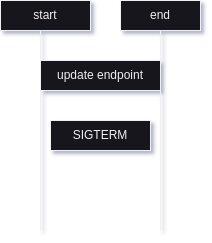
Before: images/non_preStop.drawio.png, a diagram exported from draw.io (shifengbin/shifengbin.github.io). Source tidied: cells renumbered, new cells last; positions are measured from the earlier drawing's top-left corner, leaving out a move shared by most shapes. The source it was exported from:
```xml
<mxGraphModel>
  <root>
    <mxCell id="0" />
    <mxCell id="1" parent="0" />
    <mxCell id="2" style="endArrow=none;html=1;rounded=0;" parent="1" edge="1">
      <mxGeometry relative="1" as="geometry">
        <mxPoint x="40" y="230" as="sourcePoint" />
        <mxPoint x="40" y="30" as="targetPoint" />
      </mxGeometry>
    </mxCell>
    <mxCell id="3" value="update endpoint" style="rounded=0;whiteSpace=wrap;html=1;" parent="1" vertex="1">
      <mxGeometry x="40" y="60" width="120" height="30" as="geometry" />
    </mxCell>
    <mxCell id="4" value="SIGTERM" style="rounded=0;whiteSpace=wrap;html=1;" parent="1" vertex="1">
      <mxGeometry x="50" y="120" width="100" height="30" as="geometry" />
    </mxCell>
    <mxCell id="5" value="start" style="rounded=0;whiteSpace=wrap;html=1;" parent="1" vertex="1">
      <mxGeometry width="90" height="30" as="geometry" />
    </mxCell>
    <mxCell id="6" style="endArrow=none;html=1;rounded=0;" parent="1" edge="1">
      <mxGeometry relative="1" as="geometry">
        <mxPoint x="160" y="230" as="sourcePoint" />
        <mxPoint x="160" y="30" as="targetPoint" />
      </mxGeometry>
    </mxCell>
    <mxCell id="7" value="end" style="rounded=0;whiteSpace=wrap;html=1;" parent="1" vertex="1">
      <mxGeometry x="120" width="80" height="30" as="geometry" />
    </mxCell>
  </root>
</mxGraphModel>
```
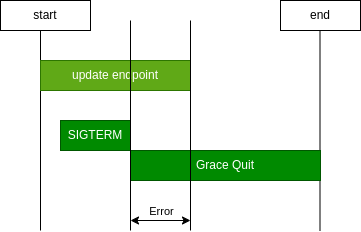
Later version of the same file.

What changed in the source:
```diff
@@ -8,23 +8,49 @@
         <mxPoint x="40" y="30" as="targetPoint" />
       </mxGeometry>
     </mxCell>
-    <mxCell id="3" value="update endpoint" style="rounded=0;whiteSpace=wrap;html=1;" parent="1" vertex="1">
-      <mxGeometry x="40" y="60" width="120" height="30" as="geometry" />
+    <mxCell id="3" value="update endpoint" style="rounded=0;whiteSpace=wrap;html=1;fillColor=#60a917;fontColor=#ffffff;strokeColor=#2D7600;" parent="1" vertex="1">
+      <mxGeometry x="40" y="60" width="150" height="30" as="geometry" />
     </mxCell>
-    <mxCell id="4" value="SIGTERM" style="rounded=0;whiteSpace=wrap;html=1;" parent="1" vertex="1">
-      <mxGeometry x="50" y="120" width="100" height="30" as="geometry" />
+    <mxCell id="4" value="SIGTERM" style="rounded=0;whiteSpace=wrap;html=1;fillColor=#008a00;fontColor=#ffffff;strokeColor=#005700;" parent="1" vertex="1">
+      <mxGeometry x="60" y="120" width="70" height="30" as="geometry" />
     </mxCell>
     <mxCell id="5" value="start" style="rounded=0;whiteSpace=wrap;html=1;" parent="1" vertex="1">
       <mxGeometry width="90" height="30" as="geometry" />
     </mxCell>
     <mxCell id="6" style="endArrow=none;html=1;rounded=0;" parent="1" edge="1">
       <mxGeometry relative="1" as="geometry">
-        <mxPoint x="160" y="230" as="sourcePoint" />
-        <mxPoint x="160" y="30" as="targetPoint" />
+        <mxPoint x="319.5" y="230" as="sourcePoint" />
+        <mxPoint x="319.5" y="30" as="targetPoint" />
       </mxGeometry>
     </mxCell>
     <mxCell id="7" value="end" style="rounded=0;whiteSpace=wrap;html=1;" parent="1" vertex="1">
-      <mxGeometry x="120" width="80" height="30" as="geometry" />
+      <mxGeometry x="280" width="80" height="30" as="geometry" />
     </mxCell>
+    <mxCell id="8" value="Grace Quit" style="rounded=0;whiteSpace=wrap;html=1;fillColor=#008a00;fontColor=#ffffff;strokeColor=#005700;" parent="1" vertex="1">
+      <mxGeometry x="130" y="150" width="190" height="30" as="geometry" />
+    </mxCell>
+    <mxCell id="9" style="endArrow=none;html=1;rounded=0;" parent="1" edge="1">
+      <mxGeometry relative="1" as="geometry">
+        <mxPoint x="130" y="230" as="sourcePoint" />
+        <mxPoint x="130" y="20" as="targetPoint" />
+      </mxGeometry>
+    </mxCell>
+    <mxCell id="10" style="endArrow=none;html=1;rounded=0;" parent="1" edge="1">
+      <mxGeometry relative="1" as="geometry">
+        <mxPoint x="190" y="230" as="sourcePoint" />
+        <mxPoint x="190" y="20" as="targetPoint" />
+      </mxGeometry>
+    </mxCell>
+    <mxCell id="11" style="endArrow=classic;startArrow=classic;html=1;rounded=0;" parent="1" edge="1">
+      <mxGeometry relative="1" as="geometry">
+        <mxPoint x="130" y="220" as="sourcePoint" />
+        <mxPoint x="190" y="220" as="targetPoint" />
+      </mxGeometry>
+    </mxCell>
+    <mxCell id="12" value="Error" style="edgeLabel;html=1;align=center;verticalAlign=middle;" parent="11" vertex="1">
+      <mxGeometry x="-0.3" y="3" relative="1" as="geometry">
+        <mxPoint x="9" y="-7" as="offset" />
+      </mxGeometry>
+    </mxCell>
   </root>
 </mxGraphModel>
```
